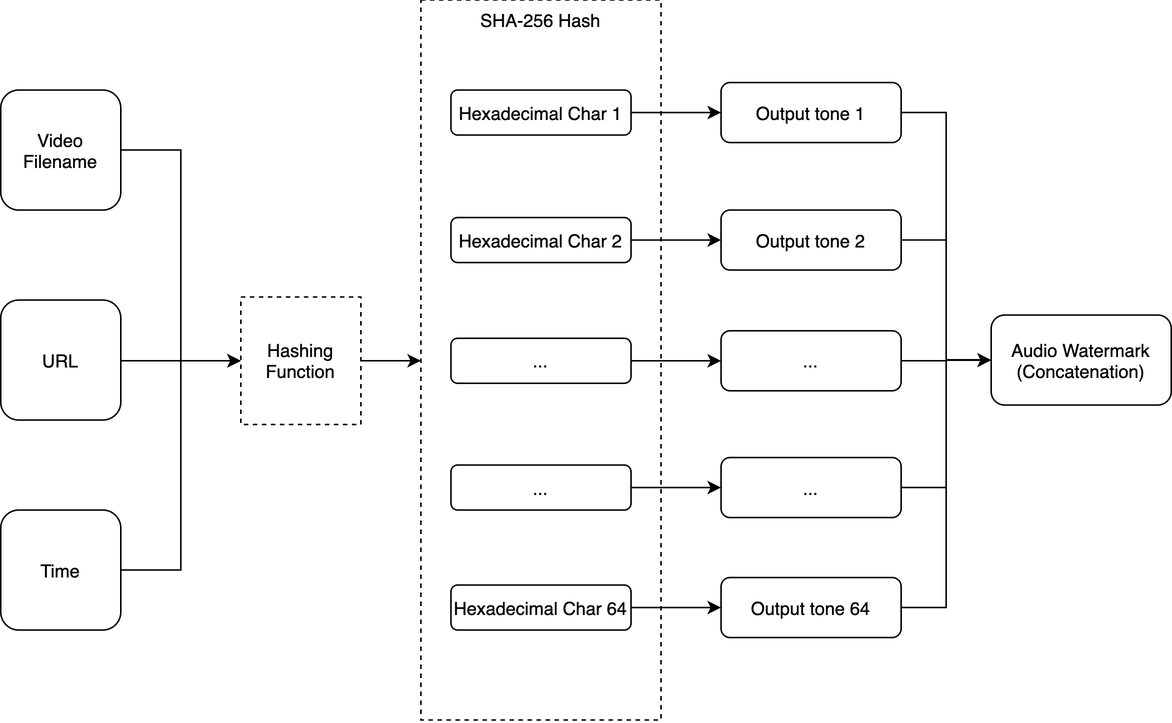
This is Diagrams/Ultrasound generation algo-Page-3.png from gerald-lnj/audio-fingerprinting-fyp, a draw.io export, as it was before one commit. Source tidied: cells renumbered, new cells last; positions are measured from the earlier drawing's top-left corner, leaving out a move shared by most shapes.
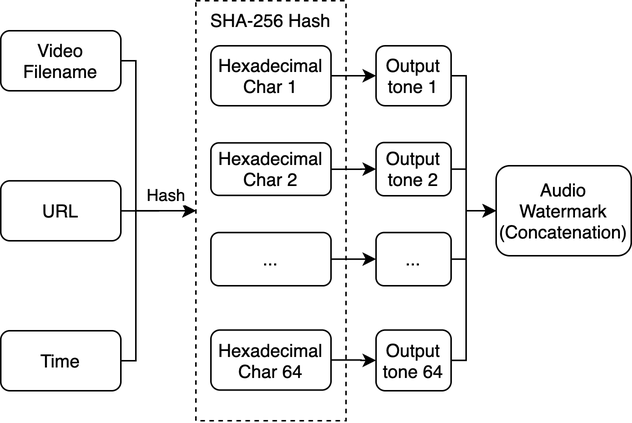
The same file after the commit.

Diff of the diagram source:
```diff
@@ -3,103 +3,106 @@
     <mxCell id="0" />
     <mxCell id="1" parent="0" />
     <mxCell id="2" value="SHA-256 Hash" style="rounded=0;whiteSpace=wrap;html=1;fontColor=#000000;verticalAlign=top;dashed=1;" parent="1" vertex="1">
-      <mxGeometry x="280" y="-0.5" width="160" height="480" as="geometry" />
+      <mxGeometry x="120" width="100" height="280" as="geometry" />
     </mxCell>
-    <mxCell id="3" style="edgeStyle=orthogonalEdgeStyle;rounded=0;jettySize=auto;html=1;labelBackgroundColor=none;fontColor=#000000;" parent="1" edge="1" source="4" target="6">
+    <mxCell id="3" style="edgeStyle=orthogonalEdgeStyle;rounded=0;jettySize=auto;html=1;entryX=0;entryY=0.5;entryDx=0;entryDy=0;" parent="1" edge="1" source="4" target="6">
       <mxGeometry relative="1" as="geometry" />
     </mxCell>
-    <mxCell id="4" value="Hexadecimal Char 1&lt;br&gt;" style="rounded=1;whiteSpace=wrap;html=1;" parent="1" vertex="1">
-      <mxGeometry x="300" y="59.5" width="120" height="30" as="geometry" />
+    <mxCell id="4" value="Hexadecimal&lt;br&gt;Char 1" style="rounded=1;whiteSpace=wrap;html=1;" parent="1" vertex="1">
+      <mxGeometry x="130" y="30" width="80" height="40" as="geometry" />
     </mxCell>
     <mxCell id="5" style="edgeStyle=orthogonalEdgeStyle;rounded=0;jettySize=auto;html=1;entryX=0;entryY=0.5;entryDx=0;entryDy=0;labelBackgroundColor=none;fontColor=#000000;" parent="1" edge="1" source="6" target="29">
-      <mxGeometry relative="1" as="geometry" />
+      <mxGeometry relative="1" as="geometry">
+        <Array as="points">
+          <mxPoint x="300" y="50" />
+          <mxPoint x="300" y="140" />
+        </Array>
+      </mxGeometry>
     </mxCell>
-    <mxCell id="6" value="Output tone 1" style="rounded=1;whiteSpace=wrap;html=1;" parent="1" vertex="1">
-      <mxGeometry x="480" y="54.5" width="120" height="40" as="geometry" />
+    <mxCell id="6" value="Output&lt;br&gt;tone 1" style="rounded=1;whiteSpace=wrap;html=1;" parent="1" vertex="1">
+      <mxGeometry x="240" y="30" width="50" height="40" as="geometry" />
     </mxCell>
-    <mxCell id="7" style="edgeStyle=orthogonalEdgeStyle;rounded=0;jettySize=auto;html=1;entryX=0;entryY=0.5;entryDx=0;entryDy=0;labelBackgroundColor=none;fontColor=#000000;" parent="1" edge="1" source="8" target="31">
-      <mxGeometry relative="1" as="geometry" />
-    </mxCell>
+    <mxCell id="32" style="edgeStyle=orthogonalEdgeStyle;rounded=0;jettySize=auto;html=1;entryX=0;entryY=0.5;entryDx=0;entryDy=0;" parent="1" edge="1" source="8" target="2">
+      <mxGeometry relative="1" as="geometry">
+        <Array as="points">
+          <mxPoint x="80" y="40" />
+          <mxPoint x="80" y="140" />
+        </Array>
+      </mxGeometry>
+    </mxCell>
     <mxCell id="8" value="Video Filename" style="rounded=1;whiteSpace=wrap;html=1;fontColor=#000000;" parent="1" vertex="1">
-      <mxGeometry y="59.5" width="80" height="80" as="geometry" />
+      <mxGeometry x="-10" y="20" width="80" height="40" as="geometry" />
     </mxCell>
-    <mxCell id="9" style="edgeStyle=orthogonalEdgeStyle;rounded=0;jettySize=auto;html=1;entryX=0;entryY=0.5;entryDx=0;entryDy=0;labelBackgroundColor=none;fontColor=#000000;" parent="1" edge="1" source="10" target="31">
-      <mxGeometry relative="1" as="geometry" />
-    </mxCell>
+    <mxCell id="33" style="edgeStyle=orthogonalEdgeStyle;rounded=0;jettySize=auto;html=1;entryX=0;entryY=0.5;entryDx=0;entryDy=0;" parent="1" edge="1" source="10" target="2">
+      <mxGeometry relative="1" as="geometry">
+        <Array as="points">
+          <mxPoint x="80" y="240" />
+          <mxPoint x="80" y="140" />
+        </Array>
+      </mxGeometry>
+    </mxCell>
     <mxCell id="10" value="Time" style="rounded=1;whiteSpace=wrap;html=1;fontColor=#000000;" parent="1" vertex="1">
-      <mxGeometry y="339.5" width="80" height="80" as="geometry" />
+      <mxGeometry x="-10" y="220" width="80" height="40" as="geometry" />
     </mxCell>
-    <mxCell id="11" style="edgeStyle=orthogonalEdgeStyle;rounded=0;jettySize=auto;html=1;entryX=0;entryY=0.5;entryDx=0;entryDy=0;labelBackgroundColor=none;fontColor=#000000;" parent="1" edge="1" source="12" target="31">
-      <mxGeometry relative="1" as="geometry">
-        <Array as="points">
-          <mxPoint x="120" y="240.5" />
-        </Array>
-      </mxGeometry>
-    </mxCell>
+    <mxCell id="34" value="Hash" style="edgeStyle=orthogonalEdgeStyle;rounded=0;jettySize=auto;html=1;entryX=0;entryY=0.5;entryDx=0;entryDy=0;" parent="1" edge="1" source="12" target="2">
+      <mxGeometry x="0.2" y="10" relative="1" as="geometry" />
+    </mxCell>
     <mxCell id="12" value="URL" style="rounded=1;whiteSpace=wrap;html=1;fontColor=#000000;" parent="1" vertex="1">
-      <mxGeometry y="199.5" width="80" height="80" as="geometry" />
+      <mxGeometry x="-10" y="120.1" width="80" height="40" as="geometry" />
     </mxCell>
     <mxCell id="13" style="edgeStyle=orthogonalEdgeStyle;rounded=0;jettySize=auto;html=1;labelBackgroundColor=none;fontColor=#000000;" parent="1" edge="1" source="14" target="28">
       <mxGeometry relative="1" as="geometry" />
     </mxCell>
-    <mxCell id="14" value="Hexadecimal Char 2" style="rounded=1;whiteSpace=wrap;html=1;fontColor=#000000;" parent="1" vertex="1">
-      <mxGeometry x="300" y="144.5" width="120" height="30" as="geometry" />
+    <mxCell id="14" value="Hexadecimal&lt;br&gt;Char 2" style="rounded=1;whiteSpace=wrap;html=1;fontColor=#000000;" parent="1" vertex="1">
+      <mxGeometry x="130" y="94.8" width="80" height="35" as="geometry" />
     </mxCell>
     <mxCell id="15" style="edgeStyle=orthogonalEdgeStyle;rounded=0;jettySize=auto;html=1;labelBackgroundColor=none;fontColor=#000000;" parent="1" edge="1" source="16" target="26">
       <mxGeometry relative="1" as="geometry" />
     </mxCell>
     <mxCell id="16" value="..." style="rounded=1;whiteSpace=wrap;html=1;fontColor=#000000;" parent="1" vertex="1">
-      <mxGeometry x="300" y="225" width="120" height="30" as="geometry" />
+      <mxGeometry x="130" y="154.5" width="80" height="35.5" as="geometry" />
     </mxCell>
-    <mxCell id="17" style="edgeStyle=orthogonalEdgeStyle;rounded=0;jettySize=auto;html=1;labelBackgroundColor=none;fontColor=#000000;" parent="1" edge="1" source="18" target="24">
-      <mxGeometry relative="1" as="geometry" />
-    </mxCell>
-    <mxCell id="18" value="..." style="rounded=1;whiteSpace=wrap;html=1;fontColor=#000000;" parent="1" vertex="1">
-      <mxGeometry x="300" y="309.5" width="120" height="30" as="geometry" />
-    </mxCell>
     <mxCell id="19" style="edgeStyle=orthogonalEdgeStyle;rounded=0;jettySize=auto;html=1;labelBackgroundColor=none;fontColor=#000000;" parent="1" edge="1" source="20" target="22">
       <mxGeometry relative="1" as="geometry" />
     </mxCell>
-    <mxCell id="20" value="Hexadecimal Char 64" style="rounded=1;whiteSpace=wrap;html=1;fontColor=#000000;" parent="1" vertex="1">
-      <mxGeometry x="300" y="389.5" width="120" height="30" as="geometry" />
+    <mxCell id="20" value="Hexadecimal&lt;br&gt;Char 64" style="rounded=1;whiteSpace=wrap;html=1;fontColor=#000000;" parent="1" vertex="1">
+      <mxGeometry x="130" y="219.5" width="80" height="40" as="geometry" />
     </mxCell>
     <mxCell id="21" style="edgeStyle=orthogonalEdgeStyle;rounded=0;jettySize=auto;html=1;entryX=0;entryY=0.5;entryDx=0;entryDy=0;labelBackgroundColor=none;fontColor=#000000;" parent="1" edge="1" source="22" target="29">
-      <mxGeometry relative="1" as="geometry" />
+      <mxGeometry relative="1" as="geometry">
+        <Array as="points">
+          <mxPoint x="300" y="240" />
+          <mxPoint x="300" y="140" />
+        </Array>
+      </mxGeometry>
     </mxCell>
-    <mxCell id="22" value="Output tone 64" style="rounded=1;whiteSpace=wrap;html=1;" parent="1" vertex="1">
-      <mxGeometry x="480" y="384.5" width="120" height="40" as="geometry" />
+    <mxCell id="22" value="Output&lt;br&gt;tone 64" style="rounded=1;whiteSpace=wrap;html=1;" parent="1" vertex="1">
+      <mxGeometry x="240" y="219.5" width="50" height="40.5" as="geometry" />
     </mxCell>
-    <mxCell id="23" style="edgeStyle=orthogonalEdgeStyle;rounded=0;jettySize=auto;html=1;entryX=0;entryY=0.5;entryDx=0;entryDy=0;labelBackgroundColor=none;fontColor=#000000;" parent="1" edge="1" source="24" target="29">
-      <mxGeometry relative="1" as="geometry" />
-    </mxCell>
-    <mxCell id="24" value="..." style="rounded=1;whiteSpace=wrap;html=1;" parent="1" vertex="1">
-      <mxGeometry x="480" y="304.5" width="120" height="40" as="geometry" />
-    </mxCell>
     <mxCell id="25" style="edgeStyle=orthogonalEdgeStyle;rounded=0;jettySize=auto;html=1;entryX=0;entryY=0.5;entryDx=0;entryDy=0;labelBackgroundColor=none;fontColor=#000000;" parent="1" edge="1" source="26" target="29">
-      <mxGeometry relative="1" as="geometry" />
+      <mxGeometry relative="1" as="geometry">
+        <Array as="points">
+          <mxPoint x="300" y="172" />
+          <mxPoint x="300" y="140" />
+        </Array>
+      </mxGeometry>
     </mxCell>
     <mxCell id="26" value="..." style="rounded=1;whiteSpace=wrap;html=1;" parent="1" vertex="1">
-      <mxGeometry x="480" y="220" width="120" height="40" as="geometry" />
+      <mxGeometry x="240" y="154.5" width="50" height="35.5" as="geometry" />
     </mxCell>
     <mxCell id="27" style="edgeStyle=orthogonalEdgeStyle;rounded=0;jettySize=auto;html=1;entryX=0;entryY=0.5;entryDx=0;entryDy=0;labelBackgroundColor=none;fontColor=#000000;" parent="1" edge="1" source="28" target="29">
-      <mxGeometry relative="1" as="geometry" />
+      <mxGeometry relative="1" as="geometry">
+        <Array as="points">
+          <mxPoint x="300" y="112" />
+          <mxPoint x="300" y="140" />
+        </Array>
+      </mxGeometry>
     </mxCell>
-    <mxCell id="28" value="Output tone 2" style="rounded=1;whiteSpace=wrap;html=1;" parent="1" vertex="1">
-      <mxGeometry x="480" y="139.5" width="120" height="40" as="geometry" />
+    <mxCell id="28" value="Output&lt;br&gt;tone 2" style="rounded=1;whiteSpace=wrap;html=1;" parent="1" vertex="1">
+      <mxGeometry x="240" y="94.5" width="50" height="35.5" as="geometry" />
     </mxCell>
-    <mxCell id="29" value="Audio Watermark&lt;br&gt;(Concatenation)" style="rounded=1;whiteSpace=wrap;html=1;fontColor=#000000;" parent="1" vertex="1">
-      <mxGeometry x="660" y="209.5" width="120" height="60" as="geometry" />
+    <mxCell id="29" value="Audio&lt;br&gt;Watermark&lt;br&gt;(Concatenation)" style="rounded=1;whiteSpace=wrap;html=1;fontColor=#000000;" parent="1" vertex="1">
+      <mxGeometry x="320" y="110" width="90" height="60" as="geometry" />
     </mxCell>
-    <mxCell id="30" style="edgeStyle=orthogonalEdgeStyle;rounded=0;jettySize=auto;html=1;labelBackgroundColor=none;fontColor=#000000;" parent="1" edge="1" source="31" target="2">
-      <mxGeometry relative="1" as="geometry">
-        <Array as="points">
-          <mxPoint x="270" y="239.5" />
-          <mxPoint x="270" y="239.5" />
-        </Array>
-      </mxGeometry>
-    </mxCell>
-    <mxCell id="31" value="Hashing&lt;br&gt;Function" style="rounded=0;whiteSpace=wrap;html=1;fontColor=#000000;verticalAlign=middle;dashed=1;" parent="1" vertex="1">
-      <mxGeometry x="160" y="197.5" width="80" height="85" as="geometry" />
-    </mxCell>
   </root>
 </mxGraphModel>
```
